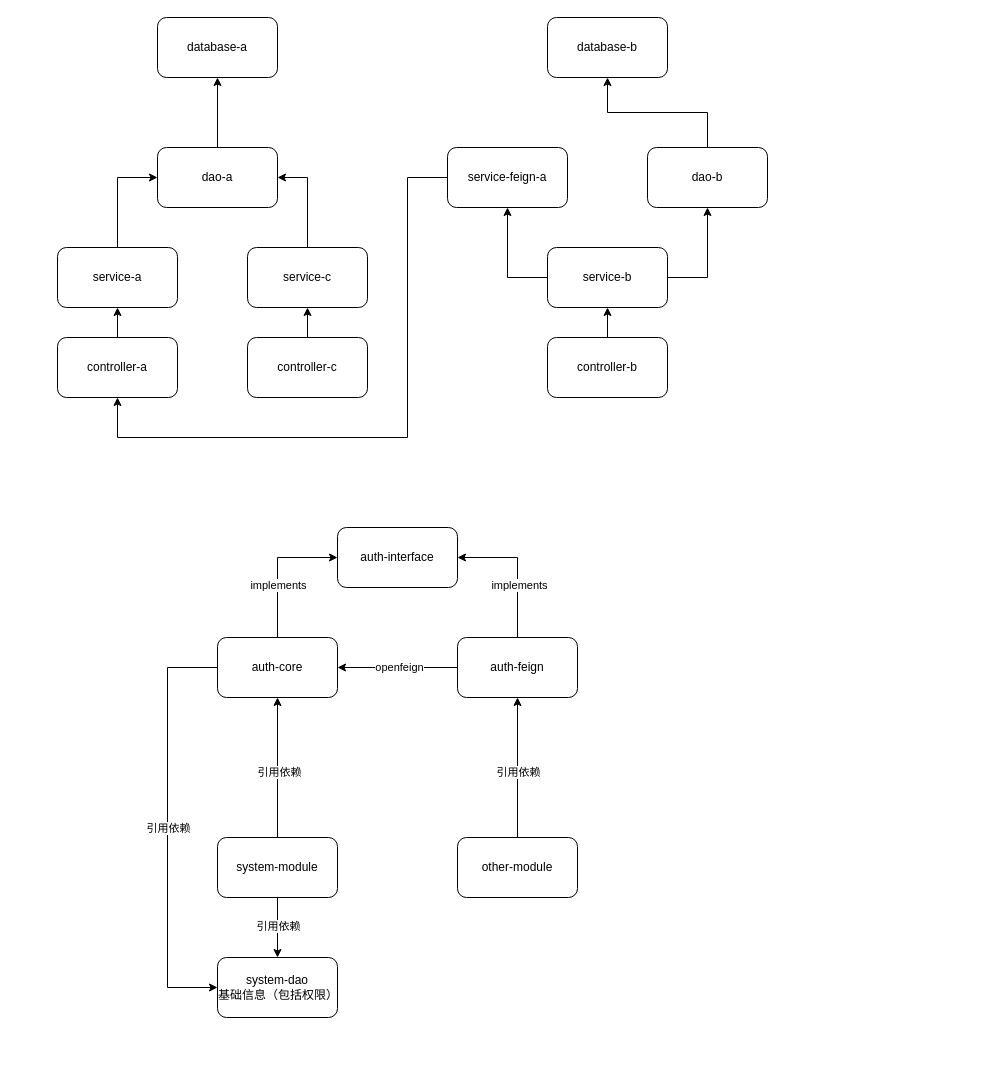
Earlier version of the draw.io diagram 模块设计图.drawio (codeyunze/drawio). Source tidied: cells renumbered, new cells numbered last; positions are measured from the earlier drawing's top-left corner, leaving out a move shared by most shapes. Both pictures are drawn from the tidied source at 100%, with x=0, y=0 at pixel (57, 17).
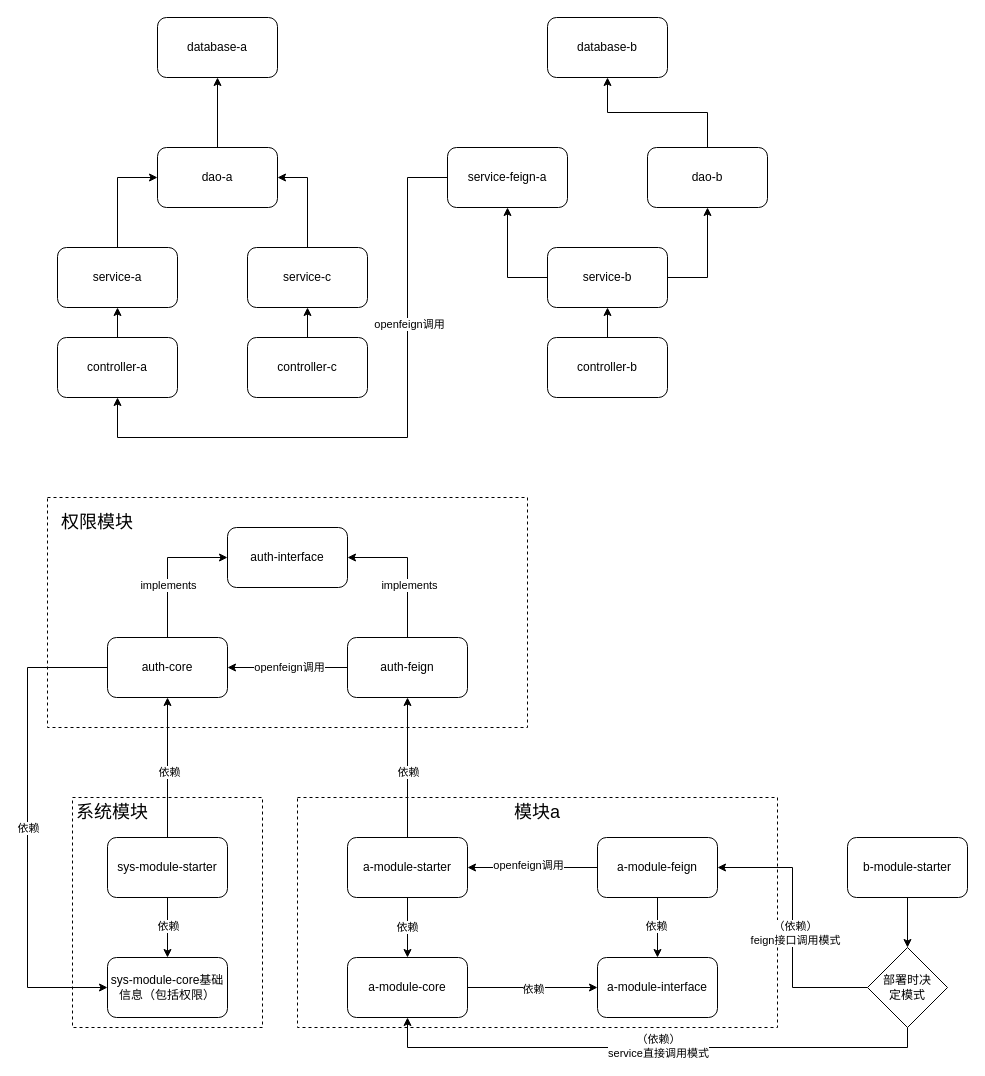
The same page after the edit.

Commit message:
更新模块设计图.drawio

The change refers to these unchanged cells:
```xml
<mxCell id="21" style="edgeStyle=orthogonalEdgeStyle;rounded=0;jettySize=auto;html=1;exitX=0;exitY=0.5;exitDx=0;exitDy=0;entryX=0.5;entryY=1;entryDx=0;entryDy=0;" parent="1" edge="1" source="22" target="7">
  <mxGeometry relative="1" as="geometry">
    <Array as="points">
      <mxPoint x="350" y="160" />
      <mxPoint x="350" y="420" />
      <mxPoint x="60" y="420" />
    </Array>
  </mxGeometry>
</mxCell>
<mxCell id="31" style="edgeStyle=orthogonalEdgeStyle;rounded=0;jettySize=auto;html=1;exitX=0;exitY=0.5;exitDx=0;exitDy=0;entryX=1;entryY=0.5;entryDx=0;entryDy=0;" parent="1" edge="1" source="33" target="28">
  <mxGeometry relative="1" as="geometry" />
</mxCell>
<mxCell id="34" style="edgeStyle=orthogonalEdgeStyle;rounded=0;jettySize=auto;html=1;exitX=0.5;exitY=0;exitDx=0;exitDy=0;" parent="1" edge="1" source="38" target="28">
  <mxGeometry relative="1" as="geometry" />
</mxCell>
<mxCell id="36" style="edgeStyle=orthogonalEdgeStyle;rounded=0;jettySize=auto;html=1;exitX=0.5;exitY=1;exitDx=0;exitDy=0;" parent="1" edge="1" source="38" target="42">
  <mxGeometry relative="1" as="geometry" />
</mxCell>
<mxCell id="39" style="edgeStyle=orthogonalEdgeStyle;rounded=0;jettySize=auto;html=1;exitX=0.5;exitY=0;exitDx=0;exitDy=0;entryX=0.5;entryY=1;entryDx=0;entryDy=0;" parent="1" edge="1" source="41" target="33">
  <mxGeometry relative="1" as="geometry" />
</mxCell>
```

Diff of the diagram source:
```diff
@@
+    <mxCell id="43" style="rounded=0;whiteSpace=wrap;html=1;dashed=1;" parent="1" vertex="1">
+      <mxGeometry x="15" y="780" width="190" height="230" as="geometry" />
+    </mxCell>
+    <mxCell id="44" style="rounded=0;whiteSpace=wrap;html=1;dashed=1;" parent="1" vertex="1">
+      <mxGeometry x="240" y="780" width="480" height="230" as="geometry" />
+    </mxCell>
+    <mxCell id="45" style="rounded=0;whiteSpace=wrap;html=1;dashed=1;" parent="1" vertex="1">
+      <mxGeometry x="-10" y="480" width="480" height="230" as="geometry" />
+    </mxCell>
@@
+    <mxCell id="46" value="openfeign调用" style="edgeLabel;html=1;align=center;verticalAlign=middle;" parent="21" vertex="1">
+      <mxGeometry x="-0.41" y="1" relative="1" as="geometry" />
+    </mxCell>
@@
     <mxCell id="23" value="&lt;span style=&quot;background-color: transparent; color: light-dark(rgb(0, 0, 0), rgb(255, 255, 255));&quot;&gt;auth-interface&lt;/span&gt;" style="rounded=1;whiteSpace=wrap;html=1;" parent="1" vertex="1">
-      <mxGeometry x="280" y="510" width="120" height="60" as="geometry" />
+      <mxGeometry x="170" y="510" width="120" height="60" as="geometry" />
     </mxCell>
@@
     <mxCell id="26" style="edgeStyle=orthogonalEdgeStyle;rounded=0;jettySize=auto;html=1;exitX=0;exitY=0.5;exitDx=0;exitDy=0;entryX=0;entryY=0.5;entryDx=0;entryDy=0;" parent="1" edge="1" source="28" target="42">
       <mxGeometry relative="1" as="geometry">
         <Array as="points">
-          <mxPoint x="110" y="650" />
-          <mxPoint x="110" y="970" />
+          <mxPoint x="-30" y="650" />
+          <mxPoint x="-30" y="970" />
         </Array>
       </mxGeometry>
     </mxCell>
-    <mxCell id="27" value="引用依赖" style="edgeLabel;html=1;align=center;verticalAlign=middle;" parent="26" vertex="1">
+    <mxCell id="27" value="依赖" style="edgeLabel;html=1;align=center;verticalAlign=middle;" parent="26" vertex="1">
       <mxGeometry relative="1" as="geometry" />
     </mxCell>
     <mxCell id="28" value="&lt;span style=&quot;background-color: transparent; color: light-dark(rgb(0, 0, 0), rgb(255, 255, 255));&quot;&gt;auth-core&lt;/span&gt;" style="rounded=1;whiteSpace=wrap;html=1;" parent="1" vertex="1">
-      <mxGeometry x="160" y="620" width="120" height="60" as="geometry" />
+      <mxGeometry x="50" y="620" width="120" height="60" as="geometry" />
     </mxCell>
@@
-    <mxCell id="32" value="openfeign" style="edgeLabel;html=1;align=center;verticalAlign=middle;" parent="31" vertex="1">
+    <mxCell id="32" value="openfeign调用" style="edgeLabel;html=1;align=center;verticalAlign=middle;" parent="31" vertex="1">
       <mxGeometry x="-0.01" y="-1" relative="1" as="geometry" />
     </mxCell>
     <mxCell id="33" value="&lt;span style=&quot;background-color: transparent; color: light-dark(rgb(0, 0, 0), rgb(255, 255, 255));&quot;&gt;auth-feign&lt;/span&gt;" style="rounded=1;whiteSpace=wrap;html=1;" parent="1" vertex="1">
-      <mxGeometry x="400" y="620" width="120" height="60" as="geometry" />
+      <mxGeometry x="290" y="620" width="120" height="60" as="geometry" />
     </mxCell>
@@
-    <mxCell id="35" value="引用依赖" style="edgeLabel;html=1;align=center;verticalAlign=middle;" parent="34" vertex="1">
+    <mxCell id="35" value="依赖" style="edgeLabel;html=1;align=center;verticalAlign=middle;" parent="34" vertex="1">
       <mxGeometry x="-0.06" y="-1" relative="1" as="geometry" />
     </mxCell>
@@
-    <mxCell id="37" value="引用依赖" style="edgeLabel;html=1;align=center;verticalAlign=middle;" parent="36" vertex="1">
+    <mxCell id="37" value="依赖" style="edgeLabel;html=1;align=center;verticalAlign=middle;" parent="36" vertex="1">
       <mxGeometry x="-0.07" relative="1" as="geometry" />
     </mxCell>
-    <mxCell id="38" value="&lt;span style=&quot;background-color: transparent; color: light-dark(rgb(0, 0, 0), rgb(255, 255, 255));&quot;&gt;system-module&lt;/span&gt;" style="rounded=1;whiteSpace=wrap;html=1;" parent="1" vertex="1">
-      <mxGeometry x="160" y="820" width="120" height="60" as="geometry" />
+    <mxCell id="38" value="&lt;span style=&quot;background-color: transparent; color: light-dark(rgb(0, 0, 0), rgb(255, 255, 255));&quot;&gt;sys-module-starter&lt;/span&gt;" style="rounded=1;whiteSpace=wrap;html=1;" parent="1" vertex="1">
+      <mxGeometry x="50" y="820" width="120" height="60" as="geometry" />
     </mxCell>
@@
-    <mxCell id="40" value="引用依赖" style="edgeLabel;html=1;align=center;verticalAlign=middle;" parent="39" vertex="1">
+    <mxCell id="40" value="依赖" style="edgeLabel;html=1;align=center;verticalAlign=middle;" parent="39" vertex="1">
       <mxGeometry x="-0.06" relative="1" as="geometry" />
     </mxCell>
+    <mxCell id="47" value="依赖" style="edgeStyle=orthogonalEdgeStyle;rounded=0;jettySize=auto;html=1;exitX=0.5;exitY=1;exitDx=0;exitDy=0;" parent="1" edge="1" source="41" target="50">
+      <mxGeometry relative="1" as="geometry" />
+    </mxCell>
-    <mxCell id="41" value="&lt;span style=&quot;background-color: transparent; color: light-dark(rgb(0, 0, 0), rgb(255, 255, 255));&quot;&gt;other&lt;/span&gt;&lt;span style=&quot;background-color: transparent; color: light-dark(rgb(0, 0, 0), rgb(255, 255, 255));&quot;&gt;-module&lt;/span&gt;" style="rounded=1;whiteSpace=wrap;html=1;" parent="1" vertex="1">
-      <mxGeometry x="400" y="820" width="120" height="60" as="geometry" />
+    <mxCell id="41" value="&lt;span style=&quot;background-color: transparent; color: light-dark(rgb(0, 0, 0), rgb(255, 255, 255));&quot;&gt;a-module-starter&lt;/span&gt;" style="rounded=1;whiteSpace=wrap;html=1;" parent="1" vertex="1">
+      <mxGeometry x="290" y="820" width="120" height="60" as="geometry" />
     </mxCell>
-    <mxCell id="42" value="&lt;span style=&quot;background-color: transparent; color: light-dark(rgb(0, 0, 0), rgb(255, 255, 255));&quot;&gt;system-dao&lt;/span&gt;&lt;div&gt;&lt;span style=&quot;background-color: transparent; color: light-dark(rgb(0, 0, 0), rgb(255, 255, 255));&quot;&gt;基础信息（包括权限）&lt;/span&gt;&lt;/div&gt;" style="rounded=1;whiteSpace=wrap;html=1;" parent="1" vertex="1">
-      <mxGeometry x="160" y="940" width="120" height="60" as="geometry" />
+    <mxCell id="42" value="&lt;span style=&quot;background-color: transparent; color: light-dark(rgb(0, 0, 0), rgb(255, 255, 255));&quot;&gt;sys-module-core&lt;/span&gt;&lt;span style=&quot;background-color: transparent; color: light-dark(rgb(0, 0, 0), rgb(255, 255, 255));&quot;&gt;基础信息（包括权限）&lt;/span&gt;" style="rounded=1;whiteSpace=wrap;html=1;" parent="1" vertex="1">
+      <mxGeometry x="50" y="940" width="120" height="60" as="geometry" />
     </mxCell>
+    <mxCell id="48" style="edgeStyle=orthogonalEdgeStyle;rounded=0;jettySize=auto;html=1;exitX=1;exitY=0.5;exitDx=0;exitDy=0;" parent="1" edge="1" source="50" target="51">
+      <mxGeometry relative="1" as="geometry" />
+    </mxCell>
+    <mxCell id="49" value="依赖" style="edgeLabel;html=1;align=center;verticalAlign=middle;" parent="48" vertex="1">
+      <mxGeometry y="-1" relative="1" as="geometry" />
+    </mxCell>
+    <mxCell id="50" value="&lt;span style=&quot;background-color: transparent; color: light-dark(rgb(0, 0, 0), rgb(255, 255, 255));&quot;&gt;a-module-core&lt;/span&gt;" style="rounded=1;whiteSpace=wrap;html=1;" parent="1" vertex="1">
+      <mxGeometry x="290" y="940" width="120" height="60" as="geometry" />
+    </mxCell>
+    <mxCell id="51" value="&lt;span style=&quot;background-color: transparent; color: light-dark(rgb(0, 0, 0), rgb(255, 255, 255));&quot;&gt;a-module-interface&lt;/span&gt;" style="rounded=1;whiteSpace=wrap;html=1;" parent="1" vertex="1">
+      <mxGeometry x="540" y="940" width="120" height="60" as="geometry" />
+    </mxCell>
+    <mxCell id="52" style="edgeStyle=orthogonalEdgeStyle;rounded=0;jettySize=auto;html=1;exitX=0.5;exitY=1;exitDx=0;exitDy=0;entryX=0.5;entryY=0;entryDx=0;entryDy=0;" parent="1" edge="1" source="56" target="51">
+      <mxGeometry relative="1" as="geometry" />
+    </mxCell>
+    <mxCell id="53" value="依赖" style="edgeLabel;html=1;align=center;verticalAlign=middle;" parent="52" vertex="1">
+      <mxGeometry x="-0.07" y="-2" relative="1" as="geometry" />
+    </mxCell>
+    <mxCell id="54" style="edgeStyle=orthogonalEdgeStyle;rounded=0;jettySize=auto;html=1;exitX=0;exitY=0.5;exitDx=0;exitDy=0;entryX=1;entryY=0.5;entryDx=0;entryDy=0;" parent="1" edge="1" source="56" target="41">
+      <mxGeometry relative="1" as="geometry" />
+    </mxCell>
+    <mxCell id="55" value="openfeign调用" style="edgeLabel;html=1;align=center;verticalAlign=middle;" parent="54" vertex="1">
+      <mxGeometry x="0.08" y="-3" relative="1" as="geometry" />
+    </mxCell>
+    <mxCell id="56" value="&lt;span style=&quot;background-color: transparent; color: light-dark(rgb(0, 0, 0), rgb(255, 255, 255));&quot;&gt;a-module-feign&lt;/span&gt;" style="rounded=1;whiteSpace=wrap;html=1;" parent="1" vertex="1">
+      <mxGeometry x="540" y="820" width="120" height="60" as="geometry" />
+    </mxCell>
+    <mxCell id="57" style="edgeStyle=orthogonalEdgeStyle;rounded=0;jettySize=auto;html=1;exitX=0.5;exitY=1;exitDx=0;exitDy=0;entryX=0.5;entryY=0;entryDx=0;entryDy=0;" parent="1" edge="1" source="58" target="63">
+      <mxGeometry relative="1" as="geometry" />
+    </mxCell>
+    <mxCell id="58" value="&lt;span style=&quot;background-color: transparent; color: light-dark(rgb(0, 0, 0), rgb(255, 255, 255));&quot;&gt;b-module-starter&lt;/span&gt;" style="rounded=1;whiteSpace=wrap;html=1;" parent="1" vertex="1">
+      <mxGeometry x="790" y="820" width="120" height="60" as="geometry" />
+    </mxCell>
+    <mxCell id="59" style="edgeStyle=orthogonalEdgeStyle;rounded=0;jettySize=auto;html=1;exitX=0;exitY=0.5;exitDx=0;exitDy=0;entryX=1;entryY=0.5;entryDx=0;entryDy=0;" parent="1" edge="1" source="63" target="56">
+      <mxGeometry relative="1" as="geometry" />
+    </mxCell>
+    <mxCell id="60" value="（依赖）&lt;br&gt;feign接口调用模式" style="edgeLabel;html=1;align=center;verticalAlign=middle;" parent="59" vertex="1">
+      <mxGeometry x="-0.04" y="-2" relative="1" as="geometry" />
+    </mxCell>
+    <mxCell id="61" style="edgeStyle=orthogonalEdgeStyle;rounded=0;jettySize=auto;html=1;exitX=0.5;exitY=1;exitDx=0;exitDy=0;entryX=0.5;entryY=1;entryDx=0;entryDy=0;" parent="1" edge="1" source="63" target="50">
+      <mxGeometry relative="1" as="geometry" />
+    </mxCell>
+    <mxCell id="62" value="（依赖）&lt;br&gt;service直接调用模式" style="edgeLabel;html=1;align=center;verticalAlign=middle;" parent="61" vertex="1">
+      <mxGeometry x="-0.02" y="-2" relative="1" as="geometry" />
+    </mxCell>
+    <mxCell id="63" value="部署时决&lt;div&gt;定模式&lt;/div&gt;" style="rhombus;whiteSpace=wrap;html=1;" parent="1" vertex="1">
+      <mxGeometry x="810" y="930" width="80" height="80" as="geometry" />
+    </mxCell>
+    <mxCell id="64" value="&lt;font style=&quot;font-size: 18px;&quot;&gt;权限模块&lt;/font&gt;" style="text;html=1;align=center;verticalAlign=middle;whiteSpace=wrap;rounded=0;" parent="1" vertex="1">
+      <mxGeometry y="490" width="80" height="30" as="geometry" />
+    </mxCell>
+    <mxCell id="65" value="&lt;font style=&quot;font-size: 18px;&quot;&gt;模块a&lt;/font&gt;" style="text;html=1;align=center;verticalAlign=middle;whiteSpace=wrap;rounded=0;" parent="1" vertex="1">
+      <mxGeometry x="440" y="780" width="80" height="30" as="geometry" />
+    </mxCell>
+    <mxCell id="66" value="&lt;font style=&quot;font-size: 18px;&quot;&gt;系统模块&lt;/font&gt;" style="text;html=1;align=center;verticalAlign=middle;whiteSpace=wrap;rounded=0;" parent="1" vertex="1">
+      <mxGeometry x="15" y="780" width="80" height="30" as="geometry" />
+    </mxCell>
```
